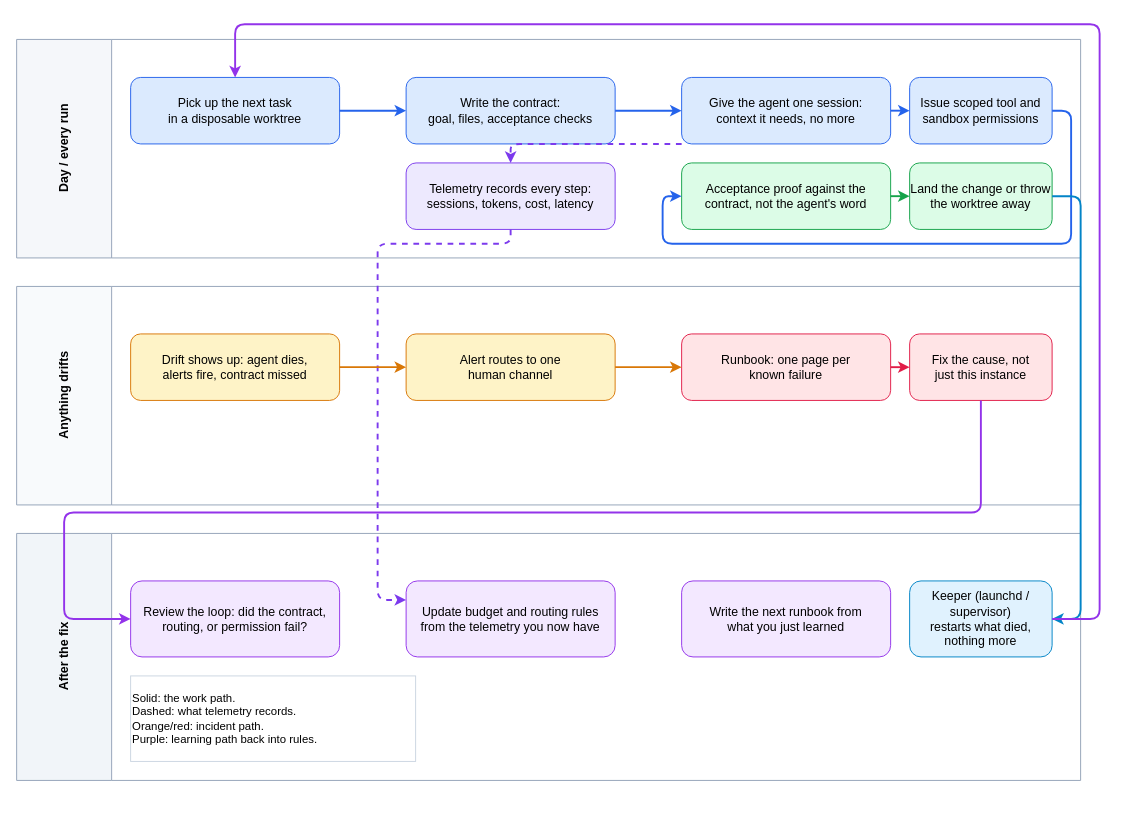
Before: public/downloads/agent-ops-operating-loop.drawio in Rajeev-SG/rajeevg.com, a draw.io diagram. Source tidied: cells renumbered, new cells numbered last; positions are measured from the earlier drawing's top-left corner, leaving out a move shared by most shapes. Both pictures are drawn from the tidied source at 95%, with x=0, y=0 at pixel (16, 24).
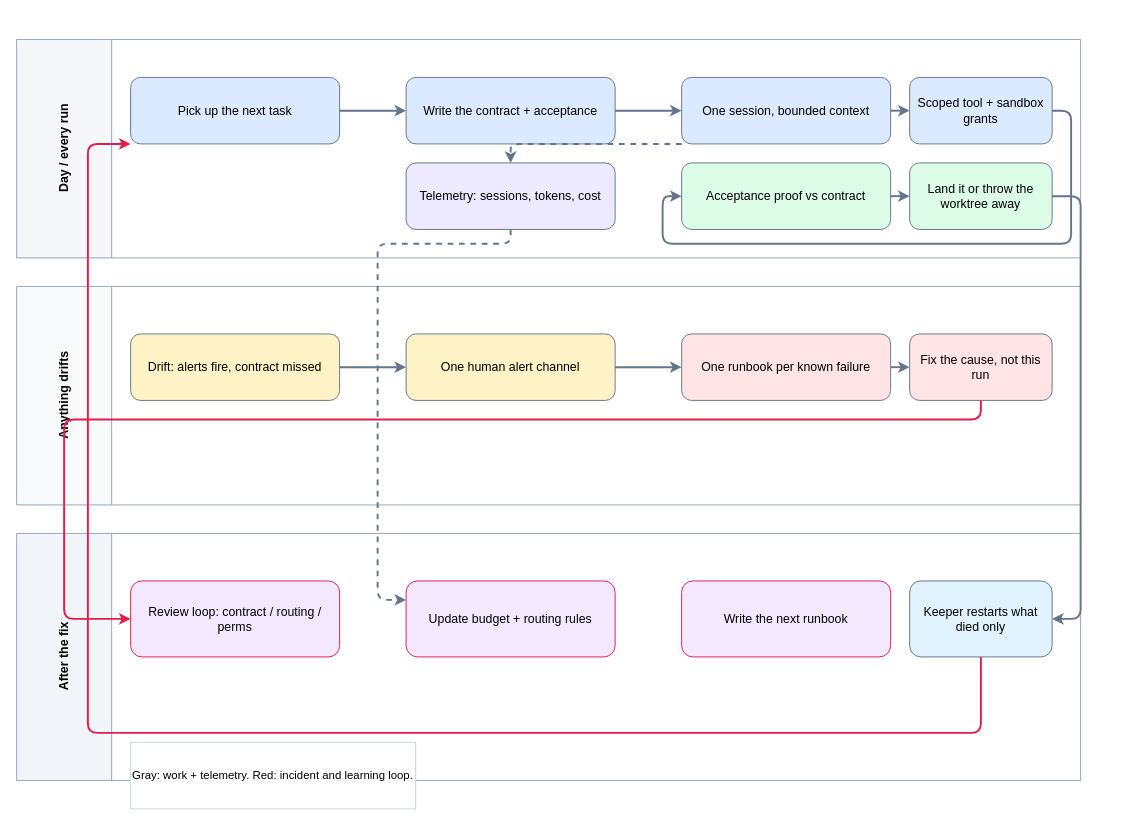
The same diagram, later.

Commit message (it also covers changes not shown here):
Fix published figure: export real SVG via drawio-headless (#49)

The published SVG was raw mxfile XML mislabeled as .svg and would render
blank. Re-exported from the editable drawio source through the
drawio-headless exporter. Also simplified node labels and edge colouring
so the headless exporter renders legibly; crossing audit remains at zero
bad intersections.

The edit, as a diff of the source:
```diff
@@
-    <mxCell id="5" value="Pick up the next task&#10;in a disposable worktree" style="rounded=1;whiteSpace=wrap;html=1;fillColor=#dbeafe;strokeColor=#2563eb;fontSize=13;" parent="1" vertex="1">
+    <mxCell id="5" value="Pick up the next task" style="rounded=1;whiteSpace=wrap;html=1;fillColor=#dbeafe;strokeColor=#64748b;fontSize=13;" parent="1" vertex="1">
       <mxGeometry x="120" y="56" width="220" height="70" as="geometry" />
     </mxCell>
-    <mxCell id="6" value="Write the contract:&#10;goal, files, acceptance checks" style="rounded=1;whiteSpace=wrap;html=1;fillColor=#dbeafe;strokeColor=#2563eb;fontSize=13;" parent="1" vertex="1">
+    <mxCell id="6" value="Write the contract + acceptance" style="rounded=1;whiteSpace=wrap;html=1;fillColor=#dbeafe;strokeColor=#64748b;fontSize=13;" parent="1" vertex="1">
       <mxGeometry x="410" y="56" width="220" height="70" as="geometry" />
     </mxCell>
-    <mxCell id="7" value="Give the agent one session:&#10;context it needs, no more" style="rounded=1;whiteSpace=wrap;html=1;fillColor=#dbeafe;strokeColor=#2563eb;fontSize=13;" parent="1" vertex="1">
+    <mxCell id="7" value="One session, bounded context" style="rounded=1;whiteSpace=wrap;html=1;fillColor=#dbeafe;strokeColor=#64748b;fontSize=13;" parent="1" vertex="1">
       <mxGeometry x="700" y="56" width="220" height="70" as="geometry" />
     </mxCell>
-    <mxCell id="8" value="Issue scoped tool and&#10;sandbox permissions" style="rounded=1;whiteSpace=wrap;html=1;fillColor=#dbeafe;strokeColor=#2563eb;fontSize=13;" parent="1" vertex="1">
+    <mxCell id="8" value="Scoped tool + sandbox grants" style="rounded=1;whiteSpace=wrap;html=1;fillColor=#dbeafe;strokeColor=#64748b;fontSize=13;" parent="1" vertex="1">
       <mxGeometry x="940" y="56" width="150" height="70" as="geometry" />
     </mxCell>
-    <mxCell id="9" value="Telemetry records every step:&#10;sessions, tokens, cost, latency" style="rounded=1;whiteSpace=wrap;html=1;fillColor=#ede9fe;strokeColor=#7c3aed;fontSize=13;" parent="1" vertex="1">
+    <mxCell id="9" value="Telemetry: sessions, tokens, cost" style="rounded=1;whiteSpace=wrap;html=1;fillColor=#ede9fe;strokeColor=#64748b;fontSize=13;" parent="1" vertex="1">
       <mxGeometry x="410" y="146" width="220" height="70" as="geometry" />
     </mxCell>
-    <mxCell id="10" value="Acceptance proof against the&#10;contract, not the agent's word" style="rounded=1;whiteSpace=wrap;html=1;fillColor=#dcfce7;strokeColor=#16a34a;fontSize=13;" parent="1" vertex="1">
+    <mxCell id="10" value="Acceptance proof vs contract" style="rounded=1;whiteSpace=wrap;html=1;fillColor=#dcfce7;strokeColor=#64748b;fontSize=13;" parent="1" vertex="1">
       <mxGeometry x="700" y="146" width="220" height="70" as="geometry" />
     </mxCell>
-    <mxCell id="11" value="Land the change or throw&#10;the worktree away" style="rounded=1;whiteSpace=wrap;html=1;fillColor=#dcfce7;strokeColor=#16a34a;fontSize=13;" parent="1" vertex="1">
+    <mxCell id="11" value="Land it or throw the worktree away" style="rounded=1;whiteSpace=wrap;html=1;fillColor=#dcfce7;strokeColor=#64748b;fontSize=13;" parent="1" vertex="1">
       <mxGeometry x="940" y="146" width="150" height="70" as="geometry" />
     </mxCell>
-    <mxCell id="12" value="Drift shows up: agent dies,&#10;alerts fire, contract missed" style="rounded=1;whiteSpace=wrap;html=1;fillColor=#fef3c7;strokeColor=#d97706;fontSize=13;" parent="1" vertex="1">
+    <mxCell id="12" value="Drift: alerts fire, contract missed" style="rounded=1;whiteSpace=wrap;html=1;fillColor=#fef3c7;strokeColor=#64748b;fontSize=13;" parent="1" vertex="1">
       <mxGeometry x="120" y="326" width="220" height="70" as="geometry" />
     </mxCell>
-    <mxCell id="13" value="Alert routes to one&#10;human channel" style="rounded=1;whiteSpace=wrap;html=1;fillColor=#fef3c7;strokeColor=#d97706;fontSize=13;" parent="1" vertex="1">
+    <mxCell id="13" value="One human alert channel" style="rounded=1;whiteSpace=wrap;html=1;fillColor=#fef3c7;strokeColor=#64748b;fontSize=13;" parent="1" vertex="1">
       <mxGeometry x="410" y="326" width="220" height="70" as="geometry" />
     </mxCell>
-    <mxCell id="14" value="Runbook: one page per&#10;known failure" style="rounded=1;whiteSpace=wrap;html=1;fillColor=#ffe4e6;strokeColor=#e11d48;fontSize=13;" parent="1" vertex="1">
+    <mxCell id="14" value="One runbook per known failure" style="rounded=1;whiteSpace=wrap;html=1;fillColor=#ffe4e6;strokeColor=#64748b;fontSize=13;" parent="1" vertex="1">
       <mxGeometry x="700" y="326" width="220" height="70" as="geometry" />
     </mxCell>
-    <mxCell id="15" value="Fix the cause, not&#10;just this instance" style="rounded=1;whiteSpace=wrap;html=1;fillColor=#ffe4e6;strokeColor=#e11d48;fontSize=13;" parent="1" vertex="1">
+    <mxCell id="15" value="Fix the cause, not this run" style="rounded=1;whiteSpace=wrap;html=1;fillColor=#ffe4e6;strokeColor=#64748b;fontSize=13;" parent="1" vertex="1">
       <mxGeometry x="940" y="326" width="150" height="70" as="geometry" />
     </mxCell>
-    <mxCell id="16" value="Review the loop: did the contract,&#10;routing, or permission fail?" style="rounded=1;whiteSpace=wrap;html=1;fillColor=#f3e8ff;strokeColor=#9333ea;fontSize=13;" parent="1" vertex="1">
+    <mxCell id="16" value="Review loop: contract / routing / perms" style="rounded=1;whiteSpace=wrap;html=1;fillColor=#f3e8ff;strokeColor=#e11d48;fontSize=13;" parent="1" vertex="1">
       <mxGeometry x="120" y="586" width="220" height="80" as="geometry" />
     </mxCell>
-    <mxCell id="17" value="Update budget and routing rules&#10;from the telemetry you now have" style="rounded=1;whiteSpace=wrap;html=1;fillColor=#f3e8ff;strokeColor=#9333ea;fontSize=13;" parent="1" vertex="1">
+    <mxCell id="17" value="Update budget + routing rules" style="rounded=1;whiteSpace=wrap;html=1;fillColor=#f3e8ff;strokeColor=#e11d48;fontSize=13;" parent="1" vertex="1">
       <mxGeometry x="410" y="586" width="220" height="80" as="geometry" />
     </mxCell>
-    <mxCell id="18" value="Write the next runbook from&#10;what you just learned" style="rounded=1;whiteSpace=wrap;html=1;fillColor=#f3e8ff;strokeColor=#9333ea;fontSize=13;" parent="1" vertex="1">
+    <mxCell id="18" value="Write the next runbook" style="rounded=1;whiteSpace=wrap;html=1;fillColor=#f3e8ff;strokeColor=#e11d48;fontSize=13;" parent="1" vertex="1">
       <mxGeometry x="700" y="586" width="220" height="80" as="geometry" />
     </mxCell>
-    <mxCell id="19" value="Keeper (launchd / supervisor)&#10;restarts what died, nothing more" style="rounded=1;whiteSpace=wrap;html=1;fillColor=#e0f2fe;strokeColor=#0284c7;fontSize=13;" parent="1" vertex="1">
+    <mxCell id="19" value="Keeper restarts what died only" style="rounded=1;whiteSpace=wrap;html=1;fillColor=#e0f2fe;strokeColor=#64748b;fontSize=13;" parent="1" vertex="1">
       <mxGeometry x="940" y="586" width="150" height="80" as="geometry" />
     </mxCell>
-    <mxCell id="20" style="edgeStyle=orthogonalEdgeStyle;rounded=1;html=1;strokeColor=#2563eb;strokeWidth=2;" parent="1" edge="1" source="5" target="6">
+    <mxCell id="20" style="edgeStyle=orthogonalEdgeStyle;rounded=1;html=1;strokeColor=#64748b;strokeWidth=2;" parent="1" edge="1" source="5" target="6">
       <mxGeometry relative="1" as="geometry" />
     </mxCell>
-    <mxCell id="21" style="edgeStyle=orthogonalEdgeStyle;rounded=1;html=1;strokeColor=#2563eb;strokeWidth=2;" parent="1" edge="1" source="6" target="7">
+    <mxCell id="21" style="edgeStyle=orthogonalEdgeStyle;rounded=1;html=1;strokeColor=#64748b;strokeWidth=2;" parent="1" edge="1" source="6" target="7">
       <mxGeometry relative="1" as="geometry" />
     </mxCell>
-    <mxCell id="22" style="edgeStyle=orthogonalEdgeStyle;rounded=1;html=1;strokeColor=#2563eb;strokeWidth=2;" parent="1" edge="1" source="7" target="8">
+    <mxCell id="22" style="edgeStyle=orthogonalEdgeStyle;rounded=1;html=1;strokeColor=#64748b;strokeWidth=2;" parent="1" edge="1" source="7" target="8">
       <mxGeometry relative="1" as="geometry" />
     </mxCell>
-    <mxCell id="23" style="edgeStyle=orthogonalEdgeStyle;rounded=1;html=1;strokeColor=#2563eb;strokeWidth=2;" parent="1" edge="1" source="8" target="10">
+    <mxCell id="23" style="edgeStyle=orthogonalEdgeStyle;rounded=1;html=1;strokeColor=#64748b;strokeWidth=2;" parent="1" edge="1" source="8" target="10">
       <mxGeometry relative="1" as="geometry">
         <Array as="points">
           <mxPoint x="1110" y="91" />
           <mxPoint x="1110" y="231" />
           <mxPoint x="680" y="231" />
         </Array>
       </mxGeometry>
     </mxCell>
-    <mxCell id="24" style="edgeStyle=orthogonalEdgeStyle;rounded=1;html=1;strokeColor=#16a34a;strokeWidth=2;" parent="1" edge="1" source="10" target="11">
+    <mxCell id="24" style="edgeStyle=orthogonalEdgeStyle;rounded=1;html=1;strokeColor=#64748b;strokeWidth=2;" parent="1" edge="1" source="10" target="11">
       <mxGeometry relative="1" as="geometry" />
     </mxCell>
-    <mxCell id="25" style="edgeStyle=orthogonalEdgeStyle;rounded=1;html=1;strokeColor=#7c3aed;strokeWidth=2;dashed=1;" parent="1" edge="1" source="7" target="9">
+    <mxCell id="25" style="edgeStyle=orthogonalEdgeStyle;rounded=1;html=1;strokeColor=#64748b;strokeWidth=2;dashed=1;" parent="1" edge="1" source="7" target="9">
       <mxGeometry relative="1" as="geometry">
         <Array as="points">
           <mxPoint x="740" y="126" />
           <mxPoint x="660" y="126" />
         </Array>
       </mxGeometry>
     </mxCell>
-    <mxCell id="26" style="edgeStyle=orthogonalEdgeStyle;rounded=1;html=1;strokeColor=#7c3aed;strokeWidth=2;dashed=1;" parent="1" edge="1" source="9" target="17">
+    <mxCell id="26" style="edgeStyle=orthogonalEdgeStyle;rounded=1;html=1;strokeColor=#64748b;strokeWidth=2;dashed=1;" parent="1" edge="1" source="9" target="17">
       <mxGeometry relative="1" as="geometry">
         <Array as="points">
           <mxPoint x="380" y="231" />
           <mxPoint x="380" y="606" />
         </Array>
       </mxGeometry>
     </mxCell>
-    <mxCell id="27" style="edgeStyle=orthogonalEdgeStyle;rounded=1;html=1;strokeColor=#d97706;strokeWidth=2;" parent="1" edge="1" source="12" target="13">
+    <mxCell id="27" style="edgeStyle=orthogonalEdgeStyle;rounded=1;html=1;strokeColor=#64748b;strokeWidth=2;" parent="1" edge="1" source="12" target="13">
       <mxGeometry relative="1" as="geometry" />
     </mxCell>
-    <mxCell id="28" style="edgeStyle=orthogonalEdgeStyle;rounded=1;html=1;strokeColor=#d97706;strokeWidth=2;" parent="1" edge="1" source="13" target="14">
+    <mxCell id="28" style="edgeStyle=orthogonalEdgeStyle;rounded=1;html=1;strokeColor=#64748b;strokeWidth=2;" parent="1" edge="1" source="13" target="14">
       <mxGeometry relative="1" as="geometry" />
     </mxCell>
-    <mxCell id="29" style="edgeStyle=orthogonalEdgeStyle;rounded=1;html=1;strokeColor=#e11d48;strokeWidth=2;" parent="1" edge="1" source="14" target="15">
+    <mxCell id="29" style="edgeStyle=orthogonalEdgeStyle;rounded=1;html=1;strokeColor=#64748b;strokeWidth=2;" parent="1" edge="1" source="14" target="15">
       <mxGeometry relative="1" as="geometry" />
     </mxCell>
-    <mxCell id="30" style="edgeStyle=orthogonalEdgeStyle;rounded=1;html=1;strokeColor=#9333ea;strokeWidth=2;" parent="1" edge="1" source="15" target="16">
+    <mxCell id="30" style="edgeStyle=orthogonalEdgeStyle;rounded=1;html=1;strokeColor=#e11d48;strokeWidth=2;" parent="1" edge="1" source="15" target="16">
       <mxGeometry relative="1" as="geometry">
         <Array as="points">
-          <mxPoint x="1015" y="514" />
-          <mxPoint x="50" y="514" />
+          <mxPoint x="1015" y="416" />
+          <mxPoint x="50" y="416" />
           <mxPoint x="50" y="626" />
         </Array>
       </mxGeometry>
     </mxCell>
-    <mxCell id="31" style="edgeStyle=orthogonalEdgeStyle;rounded=1;html=1;strokeColor=#0284c7;strokeWidth=2;" parent="1" edge="1" source="11" target="19">
+    <mxCell id="31" style="edgeStyle=orthogonalEdgeStyle;rounded=1;html=1;strokeColor=#64748b;strokeWidth=2;" parent="1" edge="1" source="11" target="19">
       <mxGeometry relative="1" as="geometry">
         <Array as="points">
           <mxPoint x="1120" y="181" />
           <mxPoint x="1120" y="626" />
         </Array>
       </mxGeometry>
     </mxCell>
-    <mxCell id="32" style="edgeStyle=orthogonalEdgeStyle;rounded=1;html=1;strokeColor=#9333ea;strokeWidth=2;" parent="1" edge="1" source="19" target="5">
+    <mxCell id="32" style="edgeStyle=orthogonalEdgeStyle;rounded=1;html=1;strokeColor=#e11d48;strokeWidth=2;" parent="1" edge="1" source="19" target="5">
       <mxGeometry relative="1" as="geometry">
         <Array as="points">
-          <mxPoint x="1140" y="626" />
-          <mxPoint x="1140" />
-          <mxPoint x="230" />
+          <mxPoint x="1015" y="746" />
+          <mxPoint x="75" y="746" />
+          <mxPoint x="75" y="126" />
+          <mxPoint x="230" y="126" />
         </Array>
       </mxGeometry>
     </mxCell>
-    <mxCell id="33" value="Solid: the work path.&#10;Dashed: what telemetry records.&#10;Orange/red: incident path.&#10;Purple: learning path back into rules." style="rounded=0;whiteSpace=wrap;html=1;fillColor=#ffffff;strokeColor=#cbd5e1;fontSize=12;align=left;" parent="1" vertex="1">
-      <mxGeometry x="120" y="686" width="300" height="90" as="geometry" />
+    <mxCell id="33" value="Gray: work + telemetry. Red: incident and learning loop." style="rounded=0;whiteSpace=wrap;html=1;fillColor=#ffffff;strokeColor=#cbd5e1;fontSize=12;align=left;" parent="1" vertex="1">
+      <mxGeometry x="120" y="756" width="300" height="70" as="geometry" />
     </mxCell>
```
